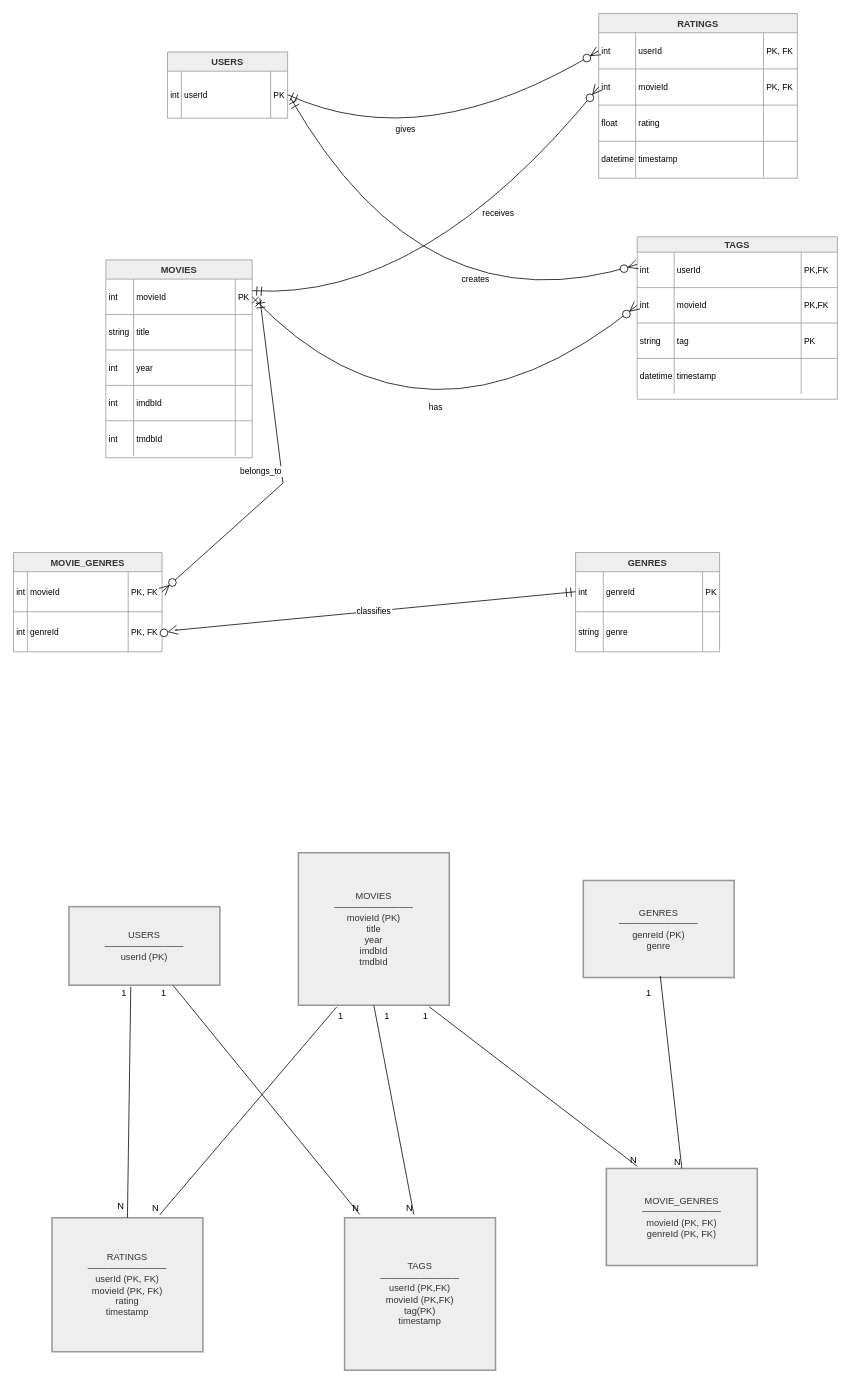
Earlier version of the draw.io diagram Goal1/ER/ER.drawio (JPSNunes/BDAProject). Source tidied: cells renumbered, new cells numbered last; positions are measured from the earlier drawing's top-left corner, leaving out a move shared by most shapes. Both pictures are drawn from the tidied source at 77%, with x=0, y=0 at pixel (13, 13).
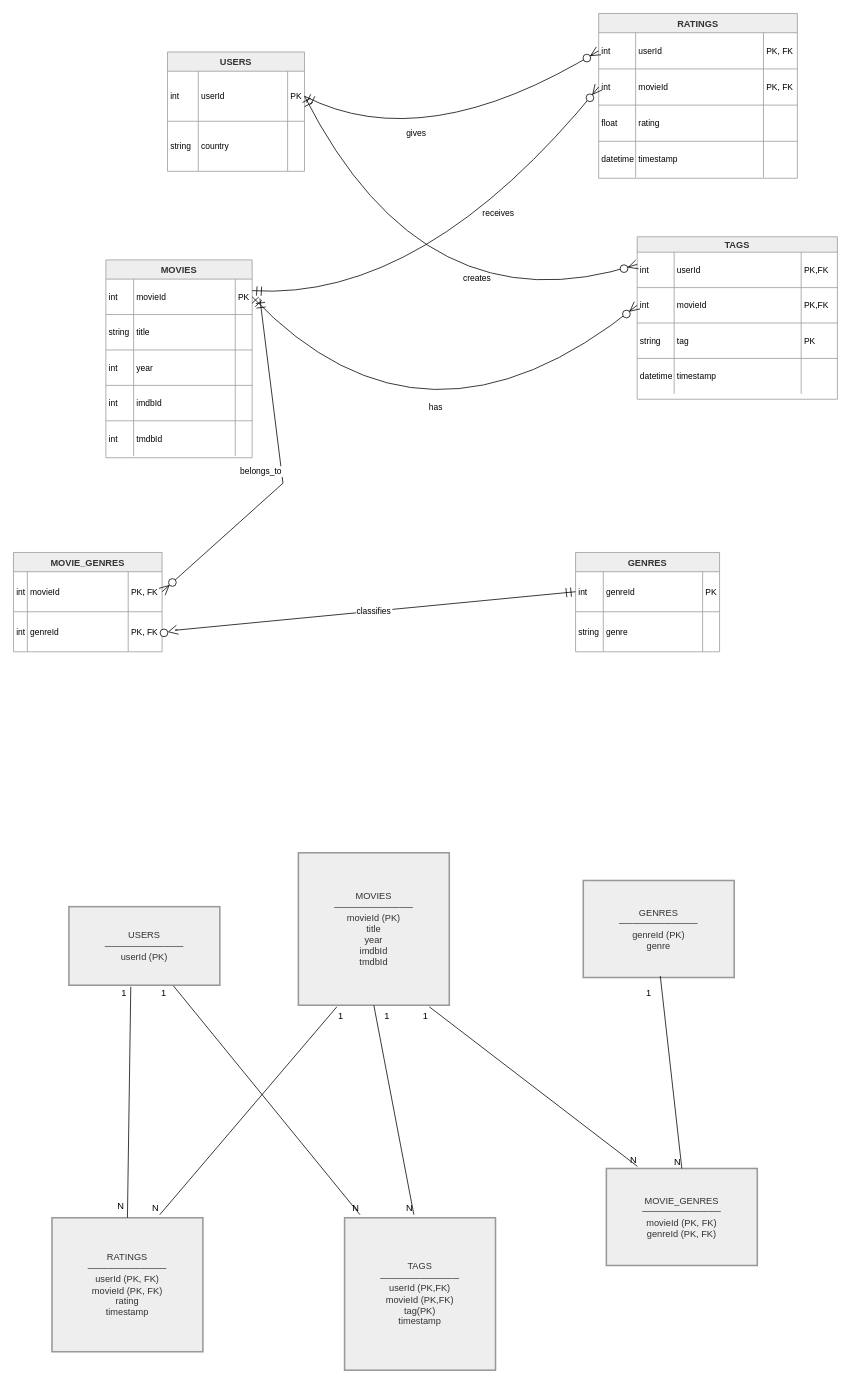
Above is the later version.

Commit message (it also covers changes not shown here):
atualizei o ER draw.io, o documento do mongodb e adicionei ainda a localizacao que a stora pediu aos users

Unchanged cells that the change refers to:
```xml
<mxCell id="45" value="TAGS" style="shape=table;startSize=20;childLayout=tableLayout;rowLines=1;fontStyle=1;align=center;fillColor=light-dark(#eeeeee,#1f2020);strokeColor=light-dark(#999999,#cccccc);fontColor=light-dark(#333333,#cccccc);" parent="1" vertex="1">
  <mxGeometry x="810" y="290" width="260" height="211" as="geometry" />
</mxCell>
```

What changed in the source:
```diff
@@
     <mxCell id="2" value="USERS" style="shape=table;startSize=25;childLayout=tableLayout;rowLines=1;fontStyle=1;align=center;fillColor=light-dark(#eeeeee,#1f2020);strokeColor=light-dark(#999999,#cccccc);fontColor=light-dark(#333333,#cccccc);" parent="1" vertex="1">
-      <mxGeometry x="200" y="50" width="156" height="86" as="geometry" />
+      <mxGeometry x="200" y="50" width="178" height="155" as="geometry" />
     </mxCell>
     <mxCell id="3" style="shape=tableRow;horizontal=0;startSize=0;swimlaneHead=0;swimlaneBody=0;fillColor=none;points=[[0,0.5],[1,0.5]];portConstraint=eastwest;top=0;left=0;right=0;bottom=0;" parent="2" vertex="1">
-      <mxGeometry y="25" width="156" height="61" as="geometry" />
+      <mxGeometry y="25" width="178" height="65" as="geometry" />
     </mxCell>
     <mxCell id="4" value="int" style="shape=partialRectangle;fillColor=none;top=0;left=0;bottom=0;right=0;align=left;spacingLeft=2;overflow=hidden;fontSize=11;" parent="3" vertex="1">
-      <mxGeometry width="18" height="61" as="geometry" />
+      <mxGeometry width="40" height="65" as="geometry" />
     </mxCell>
     <mxCell id="5" value="userId" style="shape=partialRectangle;fillColor=none;top=0;left=0;bottom=0;right=0;align=left;spacingLeft=2;overflow=hidden;fontSize=11;" parent="3" vertex="1">
-      <mxGeometry x="18" width="116" height="61" as="geometry" />
+      <mxGeometry x="40" width="116" height="65" as="geometry" />
     </mxCell>
     <mxCell id="6" value="PK" style="shape=partialRectangle;fillColor=none;top=0;left=0;bottom=0;right=0;align=left;spacingLeft=2;overflow=hidden;fontSize=11;" parent="3" vertex="1">
-      <mxGeometry x="134" width="22" height="61" as="geometry" />
+      <mxGeometry x="156" width="22" height="65" as="geometry" />
     </mxCell>
+    <mxCell id="110" style="shape=tableRow;horizontal=0;startSize=0;swimlaneHead=0;swimlaneBody=0;fillColor=none;top=0;left=0;right=0;bottom=0;" parent="2" vertex="1">
+      <mxGeometry y="90" width="178" height="65" as="geometry" />
+    </mxCell>
+    <mxCell id="111" value="string" style="shape=partialRectangle;fillColor=none;top=0;left=0;bottom=0;right=0;align=left;spacingLeft=2;overflow=hidden;fontSize=11;" parent="110" vertex="1">
+      <mxGeometry width="40" height="65" as="geometry" />
+    </mxCell>
+    <mxCell id="112" value="country" style="shape=partialRectangle;fillColor=none;top=0;left=0;bottom=0;right=0;align=left;spacingLeft=2;overflow=hidden;fontSize=11;" parent="110" vertex="1">
+      <mxGeometry x="40" width="116" height="65" as="geometry" />
+    </mxCell>
+    <mxCell id="113" style="shape=partialRectangle;fillColor=none;top=0;left=0;bottom=0;right=0;align=left;spacingLeft=2;overflow=hidden;fontSize=11;" parent="110" vertex="1">
+      <mxGeometry x="156" width="22" height="65" as="geometry" />
+    </mxCell>
@@
-    <mxCell id="82" value="creates" style="curved=1;startArrow=ERmandOne;startSize=10;endArrow=ERzeroToMany;endSize=10;entryX=0;entryY=0.17;rounded=0;" parent="1" edge="1" target="45">
-      <mxGeometry x="0.36" y="46.85" relative="1" as="geometry">
-        <mxPoint x="360" y="110" as="sourcePoint" />
+    <mxCell id="82" value="creates" style="curved=1;startArrow=ERmandOne;startSize=10;endArrow=ERzeroToMany;endSize=10;entryX=0;entryY=0.17;rounded=0;exitX=1;exitY=0.5;exitDx=0;exitDy=0;" parent="1" edge="1" source="3" target="45">
+      <mxGeometry x="0.36" y="47.88" relative="1" as="geometry">
         <Array as="points">
           <mxPoint x="534" y="415" />
         </Array>
         <mxPoint y="1" as="offset" />
       </mxGeometry>
     </mxCell>
```
